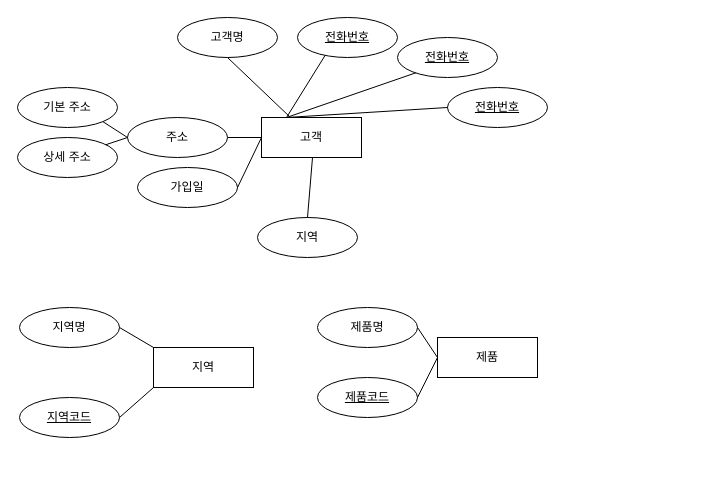
Before: 제목 없는 다이어그램.drawio in softlee144/erd, a draw.io diagram. Source tidied: cells renumbered, new cells numbered last; positions are measured from the earlier drawing's top-left corner, leaving out a move shared by most shapes. Both pictures are drawn from the tidied source at 100%, with x=0, y=0 at pixel (17, 17).
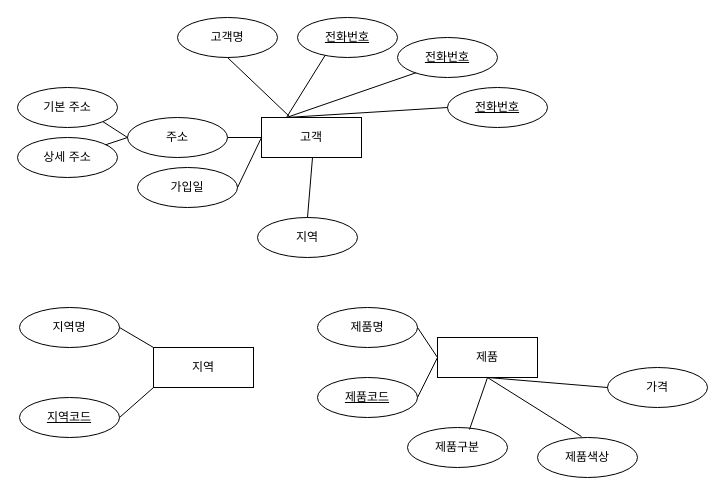
The same diagram, later.

Commit message:
온라인 전자상거랫 플랫폼 ERD.drawio 업데이트

The change refers to these unchanged cells:
```xml
<mxCell id="26" value="제품" style="whiteSpace=wrap;html=1;align=center;" parent="1" vertex="1">
  <mxGeometry x="420" y="320" width="100" height="40" as="geometry" />
</mxCell>
```

Change to the diagram source:
```diff
@@
+    <mxCell id="31" value="제품구분" style="ellipse;whiteSpace=wrap;html=1;align=center;" parent="1" vertex="1">
+      <mxGeometry x="390" y="410" width="100" height="40" as="geometry" />
+    </mxCell>
+    <mxCell id="32" value="제품색상" style="ellipse;whiteSpace=wrap;html=1;align=center;" parent="1" vertex="1">
+      <mxGeometry x="520" y="420" width="100" height="40" as="geometry" />
+    </mxCell>
+    <mxCell id="33" value="가격" style="ellipse;whiteSpace=wrap;html=1;align=center;" parent="1" vertex="1">
+      <mxGeometry x="590" y="350" width="100" height="40" as="geometry" />
+    </mxCell>
+    <mxCell id="34" style="endArrow=none;html=1;rounded=0;exitX=0.62;exitY=0.05;exitDx=0;exitDy=0;entryX=0;entryY=0.5;entryDx=0;entryDy=0;exitPerimeter=0;" parent="1" edge="1" source="31">
+      <mxGeometry relative="1" as="geometry">
+        <mxPoint x="470" y="360" as="targetPoint" />
+      </mxGeometry>
+    </mxCell>
+    <mxCell id="35" style="endArrow=none;html=1;rounded=0;exitX=0.44;exitY=-0.025;exitDx=0;exitDy=0;entryX=0.5;entryY=1;entryDx=0;entryDy=0;exitPerimeter=0;" parent="1" edge="1" source="32" target="26">
+      <mxGeometry relative="1" as="geometry" />
+    </mxCell>
+    <mxCell id="36" style="endArrow=none;html=1;rounded=0;exitX=0;exitY=0.5;exitDx=0;exitDy=0;entryX=0.5;entryY=1;entryDx=0;entryDy=0;" parent="1" edge="1" source="33" target="26">
+      <mxGeometry relative="1" as="geometry" />
+    </mxCell>
```
